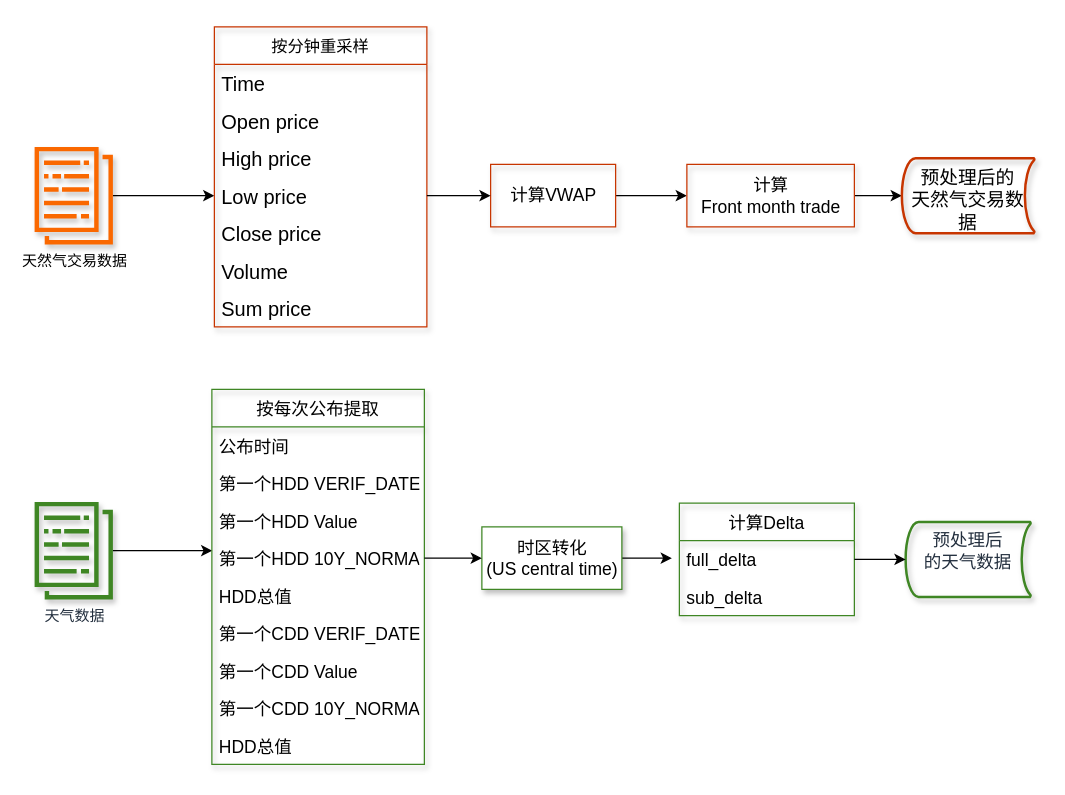
This is reports/figures/framework/data_preprocess.drawio from xhan97/gasAnalysis, a draw.io file, before an edit. Source tidied: cells renumbered, new cells numbered last; positions are measured from the earlier drawing's top-left corner, leaving out a move shared by most shapes. Both pictures are drawn from the tidied source at 125%, with x=0, y=0 at pixel (34, 26).
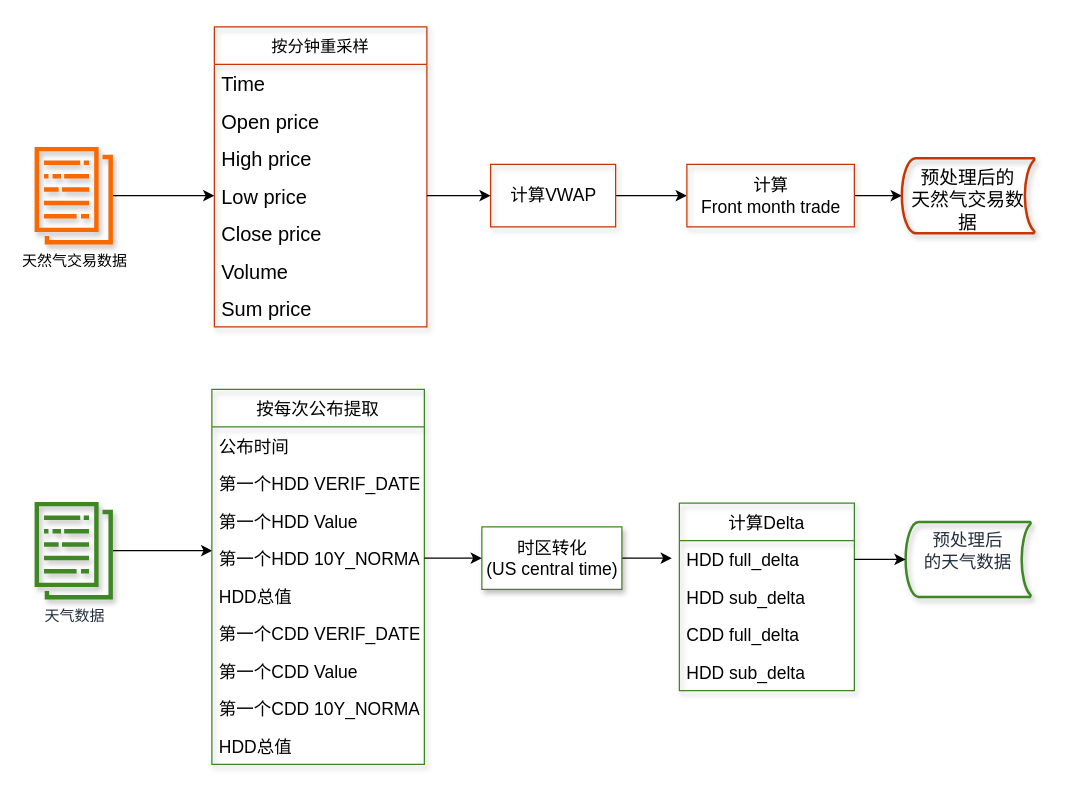
The same diagram, later.

Change to the diagram source:
```diff
@@
     <mxCell id="35" value="计算Delta" style="swimlane;fontStyle=0;horizontal=1;startSize=30;shadow=1;fontSize=14;strokeColor=#3F8624;fillColor=none;gradientColor=none;" parent="1" vertex="1">
-      <mxGeometry x="516" y="381" width="140" height="90" as="geometry" />
+      <mxGeometry x="516" y="381" width="140" height="150" as="geometry" />
     </mxCell>
-    <mxCell id="36" value="full_delta" style="text;strokeColor=none;fillColor=none;align=left;verticalAlign=middle;spacingLeft=4;spacingRight=4;overflow=hidden;points=[[0,0.5],[1,0.5]];portConstraint=eastwest;shadow=1;fontSize=14;" parent="35" vertex="1">
+    <mxCell id="36" value="HDD full_delta" style="text;strokeColor=none;fillColor=none;align=left;verticalAlign=middle;spacingLeft=4;spacingRight=4;overflow=hidden;points=[[0,0.5],[1,0.5]];portConstraint=eastwest;shadow=1;fontSize=14;" parent="35" vertex="1">
       <mxGeometry y="30" width="140" height="30" as="geometry" />
     </mxCell>
-    <mxCell id="37" value="sub_delta" style="text;strokeColor=none;fillColor=none;align=left;verticalAlign=middle;spacingLeft=4;spacingRight=4;overflow=hidden;shadow=1;fontSize=14;" parent="35" vertex="1">
+    <mxCell id="37" value="HDD sub_delta" style="text;strokeColor=none;fillColor=none;align=left;verticalAlign=middle;spacingLeft=4;spacingRight=4;overflow=hidden;shadow=1;fontSize=14;" parent="35" vertex="1">
       <mxGeometry y="60" width="140" height="30" as="geometry" />
     </mxCell>
+    <mxCell id="39" value="CDD full_delta" style="text;strokeColor=none;fillColor=none;align=left;verticalAlign=middle;spacingLeft=4;spacingRight=4;overflow=hidden;shadow=1;fontSize=14;" parent="35" vertex="1">
+      <mxGeometry y="90" width="140" height="30" as="geometry" />
+    </mxCell>
+    <mxCell id="40" value="HDD sub_delta" style="text;strokeColor=none;fillColor=none;align=left;verticalAlign=middle;spacingLeft=4;spacingRight=4;overflow=hidden;shadow=1;fontSize=14;" parent="35" vertex="1">
+      <mxGeometry y="120" width="140" height="30" as="geometry" />
+    </mxCell>
```
